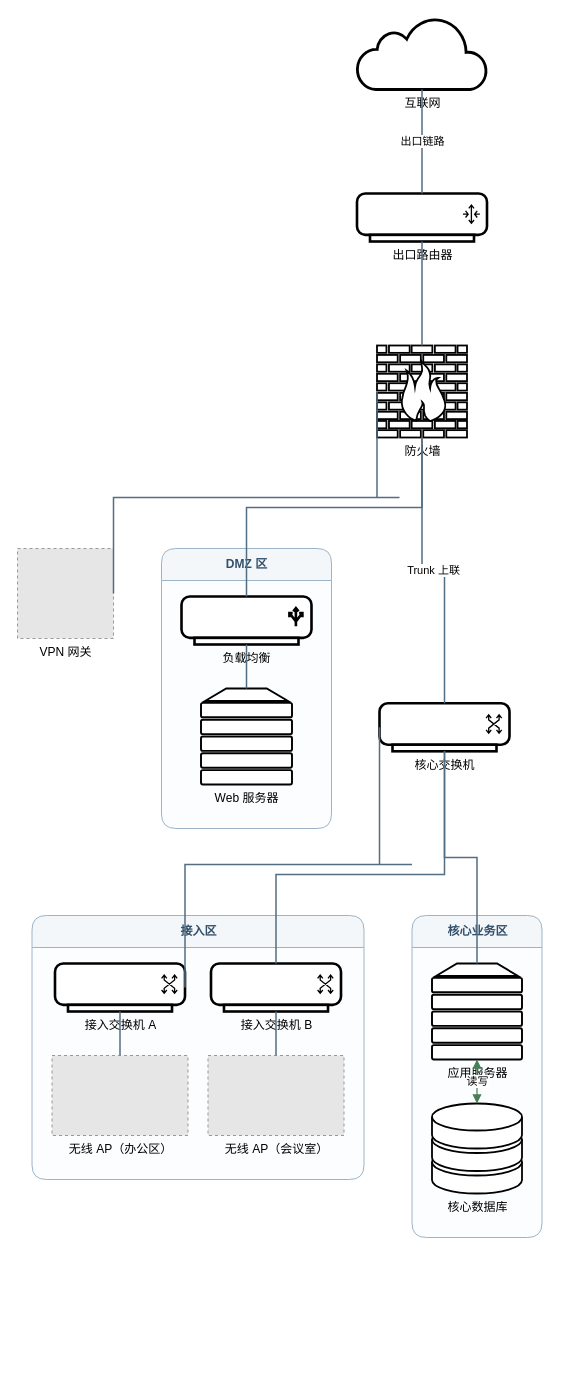
The draw.io diagram out/enterprise_network.drawio in ttonghao-thao/Ai-Diagram, before the edit. Source tidied: cells renumbered, new cells numbered last; positions are measured from the earlier drawing's top-left corner, leaving out a move shared by most shapes. Both pictures are drawn from the tidied source at 100%, with x=0, y=0 at pixel (17, 17). Pictures stored in the file or linked from it are replaced by grey dashed boxes.
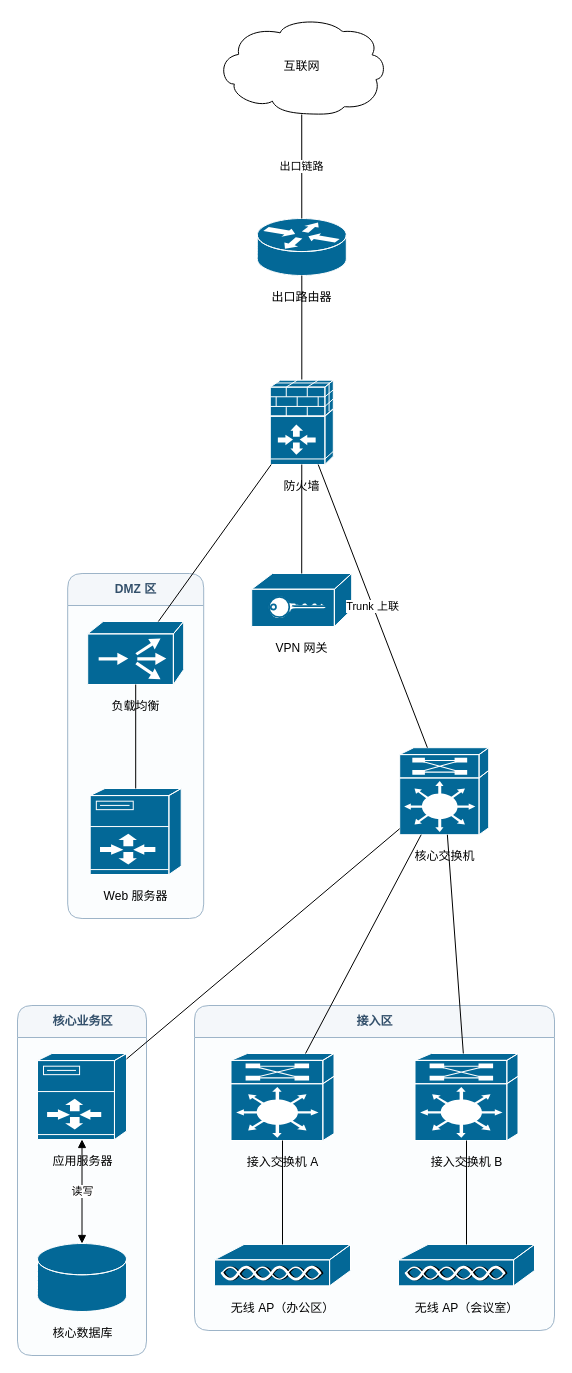
The same diagram, later.

Change to the diagram source:
```diff
@@
     <mxCell id="2" value="DMZ 区" style="swimlane;html=1;startSize=32;horizontal=1;rounded=1;fillColor=#F4F7FA;strokeColor=#9DB4C8;fontColor=#33506B;swimlaneFillColor=#FBFDFE;" parent="1" vertex="1">
-      <mxGeometry x="144" y="531" width="170" height="280" as="geometry" />
+      <mxGeometry x="50.2" y="556" width="136" height="345" as="geometry" />
     </mxCell>
     <mxCell id="3" value="核心业务区" style="swimlane;html=1;startSize=32;horizontal=1;rounded=1;fillColor=#F4F7FA;strokeColor=#9DB4C8;fontColor=#33506B;swimlaneFillColor=#FBFDFE;" parent="1" vertex="1">
-      <mxGeometry x="394.5" y="898" width="130" height="322" as="geometry" />
+      <mxGeometry y="988" width="129" height="350" as="geometry" />
     </mxCell>
     <mxCell id="4" value="接入区" style="swimlane;html=1;startSize=32;horizontal=1;rounded=1;fillColor=#F4F7FA;strokeColor=#9DB4C8;fontColor=#33506B;swimlaneFillColor=#FBFDFE;" parent="1" vertex="1">
-      <mxGeometry x="14.5" y="898" width="332" height="264" as="geometry" />
+      <mxGeometry x="177" y="988" width="360" height="325" as="geometry" />
     </mxCell>
-    <mxCell id="5" value="互联网" style="shape=mxgraph.networks.cloud;verticalLabelPosition=bottom;verticalAlign=top;align=center;html=1;aiKind=cloud;" parent="1" vertex="1">
-      <mxGeometry x="339.5" width="130" height="72" as="geometry" />
+    <mxCell id="5" value="互联网" style="sketch=0;outlineConnect=0;html=1;fillColor=#FFFFFF;strokeColor=#000000;shape=mxgraph.cisco.storage.cloud;verticalAlign=middle;align=center;fontColor=#000000;aiKind=cloud;" parent="1" vertex="1">
+      <mxGeometry x="199.2" width="170" height="97" as="geometry" />
     </mxCell>
-    <mxCell id="6" value="出口路由器" style="shape=mxgraph.networks.router;verticalLabelPosition=bottom;verticalAlign=top;align=center;html=1;aiKind=router;" parent="1" vertex="1">
-      <mxGeometry x="339.5" y="176" width="130" height="48" as="geometry" />
+    <mxCell id="6" value="出口路由器" style="sketch=0;outlineConnect=0;html=1;fillColor=#036897;strokeColor=#FFFFFF;shape=mxgraph.cisco.routers.router;verticalLabelPosition=bottom;verticalAlign=top;align=center;spacingTop=8;aiKind=router;" parent="1" vertex="1">
+      <mxGeometry x="239.8" y="201" width="89" height="57" as="geometry" />
     </mxCell>
-    <mxCell id="7" value="防火墙" style="shape=mxgraph.networks.firewall;verticalLabelPosition=bottom;verticalAlign=top;align=center;html=1;aiKind=firewall;" parent="1" vertex="1">
-      <mxGeometry x="359.5" y="328" width="90" height="92" as="geometry" />
+    <mxCell id="7" value="防火墙" style="sketch=0;outlineConnect=0;html=1;fillColor=#036897;strokeColor=#FFFFFF;shape=mxgraph.cisco.security.ios_firewall;verticalLabelPosition=bottom;verticalAlign=top;align=center;spacingTop=8;aiKind=firewall;" parent="1" vertex="1">
+      <mxGeometry x="252.8" y="362" width="63" height="85" as="geometry" />
     </mxCell>
-    <mxCell id="8" value="VPN 网关" style="fillColor=#E6E6E6;strokeColor=#999999;dashed=1;verticalLabelPosition=bottom;verticalAlign=top;align=center;html=1;" parent="1" vertex="1">
-      <mxGeometry y="531" width="96" height="90" as="geometry" />
+    <mxCell id="8" value="VPN 网关" style="sketch=0;outlineConnect=0;html=1;fillColor=#036897;strokeColor=#FFFFFF;shape=mxgraph.cisco.hubs_and_gateways.vpn_gateway;verticalLabelPosition=bottom;verticalAlign=top;align=center;spacingTop=8;aiKind=generic;aiDeviceType=vpn_gateway;" parent="1" vertex="1">
+      <mxGeometry x="234.2" y="556" width="100" height="53" as="geometry" />
     </mxCell>
-    <mxCell id="9" value="负载均衡" style="shape=mxgraph.networks.load_balancer;verticalLabelPosition=bottom;verticalAlign=top;align=center;html=1;aiKind=generic;aiDeviceType=load_balancer;" parent="2" vertex="1">
-      <mxGeometry x="20" y="48" width="130" height="48" as="geometry" />
+    <mxCell id="9" value="负载均衡" style="sketch=0;outlineConnect=0;html=1;fillColor=#036897;strokeColor=#FFFFFF;shape=mxgraph.cisco.directors.localdirector;verticalLabelPosition=bottom;verticalAlign=top;align=center;spacingTop=8;aiKind=generic;aiDeviceType=load_balancer;" parent="2" vertex="1">
+      <mxGeometry x="20" y="48" width="96" height="63" as="geometry" />
     </mxCell>
-    <mxCell id="10" value="Web 服务器" style="shape=mxgraph.networks.server;verticalLabelPosition=bottom;verticalAlign=top;align=center;html=1;aiKind=server;" parent="2" vertex="1">
-      <mxGeometry x="39.5" y="140" width="91" height="96" as="geometry" />
+    <mxCell id="10" value="Web 服务器" style="sketch=0;outlineConnect=0;html=1;fillColor=#036897;strokeColor=#FFFFFF;shape=mxgraph.cisco.servers.server_with_router;verticalLabelPosition=bottom;verticalAlign=top;align=center;spacingTop=8;aiKind=server;" parent="2" vertex="1">
+      <mxGeometry x="22.5" y="215" width="91" height="86" as="geometry" />
     </mxCell>
-    <mxCell id="11" value="核心交换机" style="shape=mxgraph.networks.switch;verticalLabelPosition=bottom;verticalAlign=top;align=center;html=1;aiKind=switch;" parent="1" vertex="1">
-      <mxGeometry x="362" y="685.8" width="130" height="48" as="geometry" />
+    <mxCell id="11" value="核心交换机" style="sketch=0;outlineConnect=0;html=1;fillColor=#036897;strokeColor=#FFFFFF;shape=mxgraph.cisco.misc.route_switch_processor;verticalLabelPosition=bottom;verticalAlign=top;align=center;spacingTop=8;aiKind=switch;" parent="1" vertex="1">
+      <mxGeometry x="382.2" y="730.2" width="89" height="87" as="geometry" />
     </mxCell>
-    <mxCell id="12" value="接入交换机 A" style="shape=mxgraph.networks.switch;verticalLabelPosition=bottom;verticalAlign=top;align=center;html=1;aiKind=switch;" parent="4" vertex="1">
-      <mxGeometry x="23" y="48" width="130" height="48" as="geometry" />
+    <mxCell id="12" value="接入交换机 A" style="sketch=0;outlineConnect=0;html=1;fillColor=#036897;strokeColor=#FFFFFF;shape=mxgraph.cisco.misc.route_switch_processor;verticalLabelPosition=bottom;verticalAlign=top;align=center;spacingTop=8;aiKind=switch;" parent="4" vertex="1">
+      <mxGeometry x="36.5" y="48" width="103" height="87" as="geometry" />
     </mxCell>
-    <mxCell id="13" value="接入交换机 B" style="shape=mxgraph.networks.switch;verticalLabelPosition=bottom;verticalAlign=top;align=center;html=1;aiKind=switch;" parent="4" vertex="1">
-      <mxGeometry x="179" y="48" width="130" height="48" as="geometry" />
+    <mxCell id="13" value="接入交换机 B" style="sketch=0;outlineConnect=0;html=1;fillColor=#036897;strokeColor=#FFFFFF;shape=mxgraph.cisco.misc.route_switch_processor;verticalLabelPosition=bottom;verticalAlign=top;align=center;spacingTop=8;aiKind=switch;" parent="4" vertex="1">
+      <mxGeometry x="220.5" y="48" width="103" height="87" as="geometry" />
     </mxCell>
-    <mxCell id="14" value="无线 AP（办公区）" style="fillColor=#E6E6E6;strokeColor=#999999;dashed=1;verticalLabelPosition=bottom;verticalAlign=top;align=center;html=1;" parent="4" vertex="1">
-      <mxGeometry x="20" y="140" width="136" height="80" as="geometry" />
+    <mxCell id="14" value="无线 AP（办公区）" style="sketch=0;outlineConnect=0;html=1;fillColor=#036897;strokeColor=#FFFFFF;shape=mxgraph.cisco.misc.access_point;verticalLabelPosition=bottom;verticalAlign=top;align=center;spacingTop=8;aiKind=generic;aiDeviceType=access_point;" parent="4" vertex="1">
+      <mxGeometry x="20" y="239" width="136" height="42" as="geometry" />
     </mxCell>
-    <mxCell id="15" value="无线 AP（会议室）" style="fillColor=#E6E6E6;strokeColor=#999999;dashed=1;verticalLabelPosition=bottom;verticalAlign=top;align=center;html=1;" parent="4" vertex="1">
-      <mxGeometry x="176" y="140" width="136" height="80" as="geometry" />
+    <mxCell id="15" value="无线 AP（会议室）" style="sketch=0;outlineConnect=0;html=1;fillColor=#036897;strokeColor=#FFFFFF;shape=mxgraph.cisco.misc.access_point;verticalLabelPosition=bottom;verticalAlign=top;align=center;spacingTop=8;aiKind=generic;aiDeviceType=access_point;" parent="4" vertex="1">
+      <mxGeometry x="204" y="239" width="136" height="42" as="geometry" />
     </mxCell>
-    <mxCell id="16" value="应用服务器" style="shape=mxgraph.networks.server;verticalLabelPosition=bottom;verticalAlign=top;align=center;html=1;aiKind=server;" parent="3" vertex="1">
-      <mxGeometry x="20" y="48" width="90" height="96" as="geometry" />
+    <mxCell id="16" value="应用服务器" style="sketch=0;outlineConnect=0;html=1;fillColor=#036897;strokeColor=#FFFFFF;shape=mxgraph.cisco.servers.server_with_router;verticalLabelPosition=bottom;verticalAlign=top;align=center;spacingTop=8;aiKind=server;" parent="3" vertex="1">
+      <mxGeometry x="20" y="48" width="89" height="86" as="geometry" />
     </mxCell>
-    <mxCell id="17" value="核心数据库" style="shape=mxgraph.networks.storage;verticalLabelPosition=bottom;verticalAlign=top;align=center;html=1;aiKind=database;" parent="3" vertex="1">
-      <mxGeometry x="20" y="188" width="90" height="90" as="geometry" />
+    <mxCell id="17" value="核心数据库" style="sketch=0;outlineConnect=0;html=1;fillColor=#036897;strokeColor=#FFFFFF;shape=mxgraph.cisco.storage.relational_database;verticalLabelPosition=bottom;verticalAlign=top;align=center;spacingTop=8;aiKind=database;" parent="3" vertex="1">
+      <mxGeometry x="20" y="238" width="89" height="68" as="geometry" />
     </mxCell>
-    <mxCell id="18" value="出口链路" style="edgeStyle=orthogonalEdgeStyle;rounded=0;jettySize=auto;html=1;strokeColor=#536D83;strokeWidth=1.5;startArrow=none;startFill=0;endArrow=none;endFill=0;aiKind=physical;aiDirection=undirected;exitX=0.5;exitY=1;exitDx=0;exitDy=0;entryX=0.5;entryY=0;entryDx=0;entryDy=0;" parent="1" edge="1" source="5" target="6">
+    <mxCell id="18" value="出口链路" style="sketch=0;html=1;strokeColor=#000000;strokeWidth=1;labelBackgroundColor=#FFFFFF;startArrow=none;startFill=0;endArrow=none;endFill=0;aiKind=physical;aiDirection=undirected;" parent="1" edge="1" source="5" target="6">
       <mxGeometry relative="1" as="geometry" />
     </mxCell>
-    <mxCell id="19" style="edgeStyle=orthogonalEdgeStyle;rounded=0;jettySize=auto;html=1;strokeColor=#536D83;strokeWidth=1.5;startArrow=none;startFill=0;endArrow=none;endFill=0;aiKind=physical;aiDirection=undirected;exitX=0.5;exitY=1;exitDx=0;exitDy=0;entryX=0.5;entryY=0;entryDx=0;entryDy=0;" parent="1" edge="1" source="6" target="7">
+    <mxCell id="19" style="sketch=0;html=1;strokeColor=#000000;strokeWidth=1;labelBackgroundColor=#FFFFFF;startArrow=none;startFill=0;endArrow=none;endFill=0;aiKind=physical;aiDirection=undirected;" parent="1" edge="1" source="6" target="7">
       <mxGeometry relative="1" as="geometry" />
     </mxCell>
-    <mxCell id="20" value="Trunk 上联" style="edgeStyle=orthogonalEdgeStyle;rounded=0;jettySize=auto;html=1;strokeColor=#536D83;strokeWidth=1.5;startArrow=none;startFill=0;endArrow=none;endFill=0;aiKind=physical;aiDirection=undirected;exitX=0.5;exitY=1;exitDx=0;exitDy=0;entryX=0.5;entryY=0;entryDx=0;entryDy=0;" parent="1" edge="1" source="7" target="11">
+    <mxCell id="20" value="Trunk 上联" style="sketch=0;html=1;strokeColor=#000000;strokeWidth=1;labelBackgroundColor=#FFFFFF;startArrow=none;startFill=0;endArrow=none;endFill=0;aiKind=physical;aiDirection=undirected;" parent="1" edge="1" source="7" target="11">
       <mxGeometry relative="1" as="geometry" />
     </mxCell>
-    <mxCell id="21" style="edgeStyle=orthogonalEdgeStyle;rounded=0;jettySize=auto;html=1;strokeColor=#536D83;strokeWidth=1.5;startArrow=none;startFill=0;endArrow=none;endFill=0;aiKind=physical;aiDirection=undirected;exitX=0;exitY=0.5;exitDx=0;exitDy=0;entryX=1;entryY=0.5;entryDx=0;entryDy=0;" parent="1" edge="1" source="7" target="8">
-      <mxGeometry relative="1" as="geometry">
-        <Array as="points">
-          <mxPoint x="382" y="480" />
-          <mxPoint x="48" y="480" />
-        </Array>
-      </mxGeometry>
+    <mxCell id="21" style="sketch=0;html=1;strokeColor=#000000;strokeWidth=1;labelBackgroundColor=#FFFFFF;startArrow=none;startFill=0;endArrow=none;endFill=0;aiKind=physical;aiDirection=undirected;" parent="1" edge="1" source="7" target="8">
+      <mxGeometry relative="1" as="geometry" />
     </mxCell>
-    <mxCell id="22" style="edgeStyle=orthogonalEdgeStyle;rounded=0;jettySize=auto;html=1;strokeColor=#536D83;strokeWidth=1.5;startArrow=none;startFill=0;endArrow=none;endFill=0;aiKind=physical;aiDirection=undirected;exitX=0.5;exitY=1;exitDx=0;exitDy=0;entryX=0.5;entryY=0;entryDx=0;entryDy=0;" parent="1" edge="1" source="7" target="9">
-      <mxGeometry relative="1" as="geometry">
-        <Array as="points">
-          <mxPoint x="404.5" y="490" />
-          <mxPoint x="229" y="490" />
-        </Array>
-      </mxGeometry>
+    <mxCell id="22" style="sketch=0;html=1;strokeColor=#000000;strokeWidth=1;labelBackgroundColor=#FFFFFF;startArrow=none;startFill=0;endArrow=none;endFill=0;aiKind=physical;aiDirection=undirected;" parent="1" edge="1" source="7" target="9">
+      <mxGeometry relative="1" as="geometry" />
     </mxCell>
-    <mxCell id="23" style="edgeStyle=orthogonalEdgeStyle;rounded=0;jettySize=auto;html=1;strokeColor=#536D83;strokeWidth=1.5;startArrow=none;startFill=0;endArrow=none;endFill=0;aiKind=physical;aiDirection=undirected;exitX=0.5;exitY=1;exitDx=0;exitDy=0;entryX=0.5;entryY=0;entryDx=0;entryDy=0;" parent="1" edge="1" source="9" target="10">
+    <mxCell id="23" style="sketch=0;html=1;strokeColor=#000000;strokeWidth=1;labelBackgroundColor=#FFFFFF;startArrow=none;startFill=0;endArrow=none;endFill=0;aiKind=physical;aiDirection=undirected;" parent="1" edge="1" source="9" target="10">
       <mxGeometry relative="1" as="geometry" />
     </mxCell>
-    <mxCell id="24" style="edgeStyle=orthogonalEdgeStyle;rounded=0;jettySize=auto;html=1;strokeColor=#536D83;strokeWidth=1.5;startArrow=none;startFill=0;endArrow=none;endFill=0;aiKind=physical;aiDirection=undirected;exitX=0;exitY=0.5;exitDx=0;exitDy=0;entryX=1;entryY=0.5;entryDx=0;entryDy=0;" parent="1" edge="1" source="11" target="12">
-      <mxGeometry relative="1" as="geometry">
-        <Array as="points">
-          <mxPoint x="394.5" y="847" />
-          <mxPoint x="102.5" y="847" />
-        </Array>
-      </mxGeometry>
+    <mxCell id="24" style="sketch=0;html=1;strokeColor=#000000;strokeWidth=1;labelBackgroundColor=#FFFFFF;startArrow=none;startFill=0;endArrow=none;endFill=0;aiKind=physical;aiDirection=undirected;" parent="1" edge="1" source="11" target="12">
+      <mxGeometry relative="1" as="geometry" />
     </mxCell>
-    <mxCell id="25" style="edgeStyle=orthogonalEdgeStyle;rounded=0;jettySize=auto;html=1;strokeColor=#536D83;strokeWidth=1.5;startArrow=none;startFill=0;endArrow=none;endFill=0;aiKind=physical;aiDirection=undirected;exitX=0.5;exitY=1;exitDx=0;exitDy=0;entryX=0.5;entryY=0;entryDx=0;entryDy=0;" parent="1" edge="1" source="11" target="13">
-      <mxGeometry relative="1" as="geometry">
-        <Array as="points">
-          <mxPoint x="427" y="857" />
-          <mxPoint x="258.5" y="857" />
-        </Array>
-      </mxGeometry>
+    <mxCell id="25" style="sketch=0;html=1;strokeColor=#000000;strokeWidth=1;labelBackgroundColor=#FFFFFF;startArrow=none;startFill=0;endArrow=none;endFill=0;aiKind=physical;aiDirection=undirected;" parent="1" edge="1" source="11" target="13">
+      <mxGeometry relative="1" as="geometry" />
     </mxCell>
-    <mxCell id="26" style="edgeStyle=orthogonalEdgeStyle;rounded=0;jettySize=auto;html=1;strokeColor=#536D83;strokeWidth=1.5;startArrow=none;startFill=0;endArrow=none;endFill=0;aiKind=physical;aiDirection=undirected;exitX=0.5;exitY=1;exitDx=0;exitDy=0;entryX=0.5;entryY=0;entryDx=0;entryDy=0;" parent="1" edge="1" source="12" target="14">
+    <mxCell id="26" style="sketch=0;html=1;strokeColor=#000000;strokeWidth=1;labelBackgroundColor=#FFFFFF;startArrow=none;startFill=0;endArrow=none;endFill=0;aiKind=physical;aiDirection=undirected;" parent="1" edge="1" source="12" target="14">
       <mxGeometry relative="1" as="geometry" />
     </mxCell>
-    <mxCell id="27" style="edgeStyle=orthogonalEdgeStyle;rounded=0;jettySize=auto;html=1;strokeColor=#536D83;strokeWidth=1.5;startArrow=none;startFill=0;endArrow=none;endFill=0;aiKind=physical;aiDirection=undirected;exitX=0.5;exitY=1;exitDx=0;exitDy=0;entryX=0.5;entryY=0;entryDx=0;entryDy=0;" parent="1" edge="1" source="13" target="15">
+    <mxCell id="27" style="sketch=0;html=1;strokeColor=#000000;strokeWidth=1;labelBackgroundColor=#FFFFFF;startArrow=none;startFill=0;endArrow=none;endFill=0;aiKind=physical;aiDirection=undirected;" parent="1" edge="1" source="13" target="15">
       <mxGeometry relative="1" as="geometry" />
     </mxCell>
-    <mxCell id="28" style="edgeStyle=orthogonalEdgeStyle;rounded=0;jettySize=auto;html=1;strokeColor=#536D83;strokeWidth=1.5;startArrow=none;startFill=0;endArrow=none;endFill=0;aiKind=physical;aiDirection=undirected;exitX=0.5;exitY=1;exitDx=0;exitDy=0;entryX=0.5;entryY=0;entryDx=0;entryDy=0;" parent="1" edge="1" source="11" target="16">
+    <mxCell id="28" style="sketch=0;html=1;strokeColor=#000000;strokeWidth=1;labelBackgroundColor=#FFFFFF;startArrow=none;startFill=0;endArrow=none;endFill=0;aiKind=physical;aiDirection=undirected;" parent="1" edge="1" source="11" target="16">
       <mxGeometry relative="1" as="geometry" />
     </mxCell>
-    <mxCell id="29" value="读写" style="edgeStyle=orthogonalEdgeStyle;rounded=0;jettySize=auto;html=1;strokeColor=#4A7E53;strokeWidth=1.2;startArrow=block;startFill=1;endArrow=block;endFill=1;aiKind=dataflow;aiDirection=bidirectional;exitX=0.5;exitY=1;exitDx=0;exitDy=0;entryX=0.5;entryY=0;entryDx=0;entryDy=0;" parent="1" edge="1" source="16" target="17">
+    <mxCell id="29" value="读写" style="sketch=0;html=1;strokeColor=#000000;strokeWidth=1;labelBackgroundColor=#FFFFFF;startArrow=block;startFill=1;endArrow=block;endFill=1;aiKind=dataflow;aiDirection=bidirectional;" parent="1" edge="1" source="16" target="17">
       <mxGeometry relative="1" as="geometry" />
     </mxCell>
```
